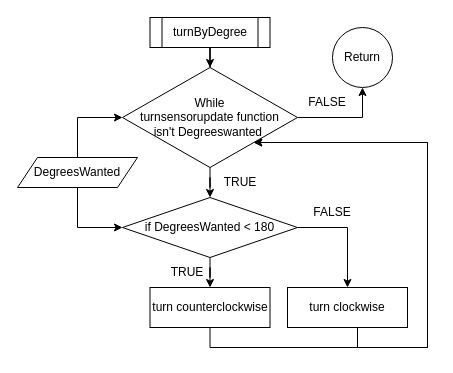
The draw.io diagram Draw/turnByDegree.drawio in jens1906/P1-project-1.-semester, before the edit. Source tidied: cells renumbered, new cells numbered last; positions are measured from the earlier drawing's top-left corner, leaving out a move shared by most shapes. Both pictures are drawn from the tidied source at 100%, with x=0, y=0 at pixel (17, 17).
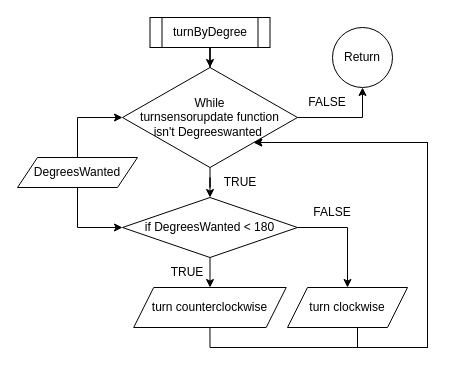
The same page after the edit.

Change to the diagram source:
```diff
@@
-    <mxCell id="14" value="turn counterclockwise" style="whiteSpace=wrap;html=1;" parent="1" vertex="1">
-      <mxGeometry x="132.5" y="270" width="120" height="40" as="geometry" />
+    <mxCell id="14" value="turn counterclockwise" style="shape=parallelogram;perimeter=parallelogramPerimeter;whiteSpace=wrap;html=1;fixedSize=1;" parent="1" vertex="1">
+      <mxGeometry x="116.2" y="270" width="152.5" height="40" as="geometry" />
     </mxCell>
@@
-    <mxCell id="16" value="turn clockwise" style="rounded=0;whiteSpace=wrap;html=1;" parent="1" vertex="1">
+    <mxCell id="16" value="turn clockwise" style="shape=parallelogram;perimeter=parallelogramPerimeter;whiteSpace=wrap;html=1;fixedSize=1;" parent="1" vertex="1">
       <mxGeometry x="270" y="270" width="120" height="40" as="geometry" />
     </mxCell>
```
